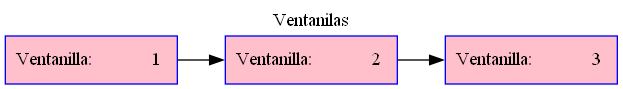
Above: EDD_F1/ventanas.dot.png in Samashoas/EDD_PROYECTO_202109705 (Graphviz), before the change. Its source is kept beside it as EDD_F1/ventanas.dot.
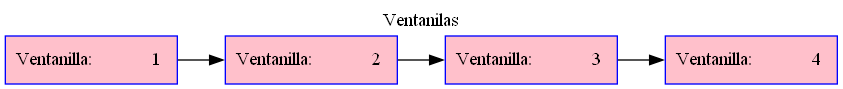
After the change.

Change to the diagram source:
```diff
@@ -8,4 +8,6 @@
      "Node           2 " [label="Ventanilla:            2 "];
      "Node           2 " -> "Node           3 ";
      "Node           3 " [label="Ventanilla:            3 "];
+     "Node           3 " -> "Node           4 ";
+     "Node           4 " [label="Ventanilla:            4 "];
  }
```
